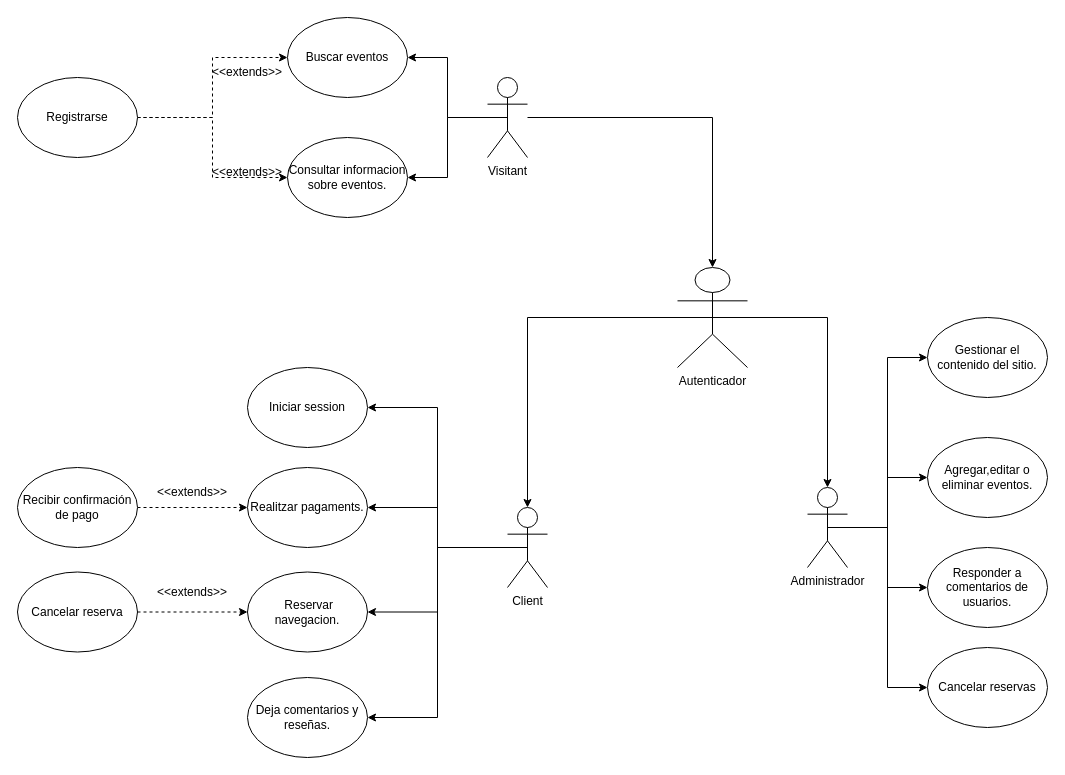
Earlier version of the draw.io diagram Diagramas/Casos_XaJo.drawio (joam6/Sailing_XaJo). Source tidied: cells renumbered, new cells numbered last; positions are measured from the earlier drawing's top-left corner, leaving out a move shared by most shapes. Both pictures are drawn from the tidied source at 100%, with x=0, y=0 at pixel (17, 17).
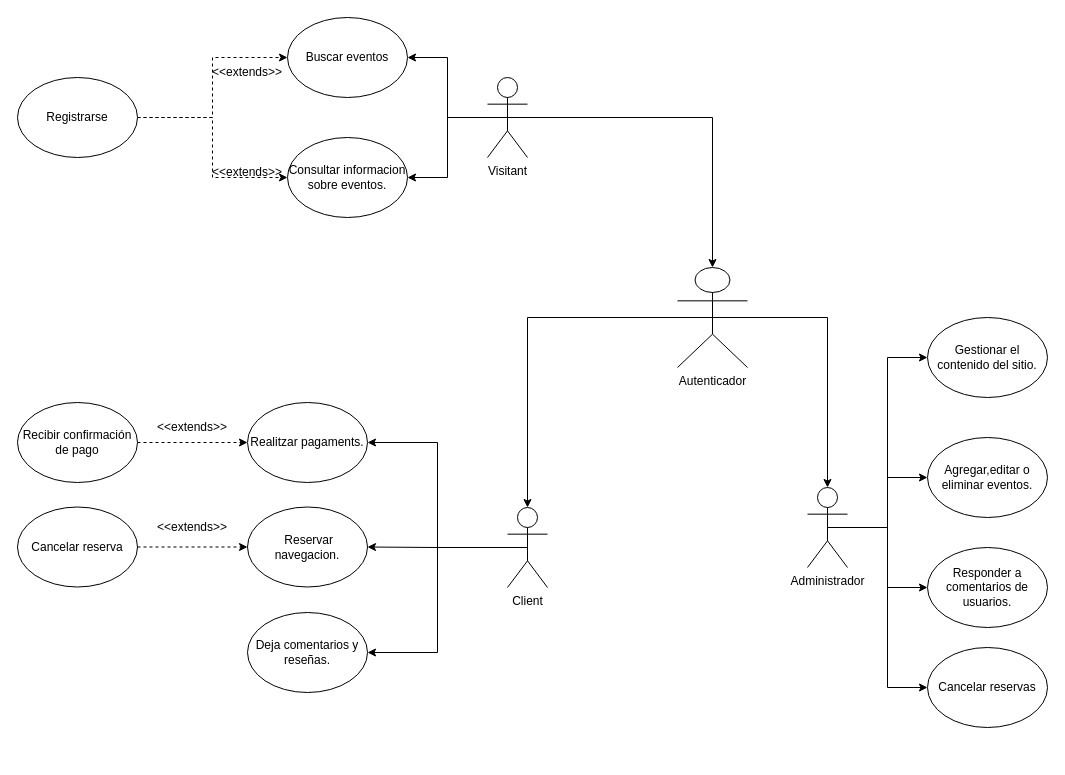
The same diagram, later.

The change refers to these unchanged cells:
```xml
<mxCell id="11" value="Client" style="shape=umlActor;verticalLabelPosition=bottom;verticalAlign=top;html=1;outlineConnect=0;" parent="1" vertex="1">
  <mxGeometry x="490" y="490" width="40" height="80" as="geometry" />
</mxCell>
<mxCell id="14" value="Visitant" style="shape=umlActor;verticalLabelPosition=bottom;verticalAlign=top;html=1;outlineConnect=0;" parent="1" vertex="1">
  <mxGeometry x="470" y="60" width="40" height="80" as="geometry" />
</mxCell>
<mxCell id="36" value="Autenticador" style="shape=umlActor;verticalLabelPosition=bottom;verticalAlign=top;html=1;outlineConnect=0;" parent="1" vertex="1">
  <mxGeometry x="660" y="250" width="70" height="100" as="geometry" />
</mxCell>
```

What changed in the source:
```diff
@@
-    <mxCell id="7" style="edgeStyle=orthogonalEdgeStyle;rounded=0;jettySize=auto;html=1;exitX=0.5;exitY=0.5;exitDx=0;exitDy=0;exitPerimeter=0;entryX=1;entryY=0.5;entryDx=0;entryDy=0;" parent="1" edge="1" source="11" target="17">
-      <mxGeometry relative="1" as="geometry" />
-    </mxCell>
@@
-    <mxCell id="17" value="Iniciar session" style="ellipse;whiteSpace=wrap;html=1;" parent="1" vertex="1">
-      <mxGeometry x="230" y="350" width="120" height="80" as="geometry" />
-    </mxCell>
     <mxCell id="18" value="Realitzar pagaments." style="ellipse;whiteSpace=wrap;html=1;" parent="1" vertex="1">
-      <mxGeometry x="230" y="450" width="120" height="80" as="geometry" />
+      <mxGeometry x="230" y="385" width="120" height="80" as="geometry" />
     </mxCell>
@@
     <mxCell id="26" value="Recibir confirmación de pago" style="ellipse;whiteSpace=wrap;html=1;" parent="1" vertex="1">
-      <mxGeometry y="450" width="120" height="80" as="geometry" />
+      <mxGeometry y="385" width="120" height="80" as="geometry" />
     </mxCell>
     <mxCell id="27" value="Deja comentarios y reseñas." style="ellipse;whiteSpace=wrap;html=1;" parent="1" vertex="1">
-      <mxGeometry x="230" y="660" width="120" height="80" as="geometry" />
+      <mxGeometry x="230" y="595" width="120" height="80" as="geometry" />
     </mxCell>
@@
     <mxCell id="29" value="&amp;lt;&amp;lt;extends&amp;gt;&amp;gt;" style="text;html=1;align=center;verticalAlign=middle;whiteSpace=wrap;rounded=0;" parent="1" vertex="1">
-      <mxGeometry x="145" y="460" width="60" height="30" as="geometry" />
+      <mxGeometry x="145" y="395" width="60" height="30" as="geometry" />
     </mxCell>
     <mxCell id="30" value="&amp;nbsp;Reservar navegacion." style="ellipse;whiteSpace=wrap;html=1;" parent="1" vertex="1">
-      <mxGeometry x="230" y="554.5" width="120" height="80" as="geometry" />
+      <mxGeometry x="230" y="489.5" width="120" height="80" as="geometry" />
     </mxCell>
@@
     <mxCell id="32" value="Cancelar reserva" style="ellipse;whiteSpace=wrap;html=1;" parent="1" vertex="1">
-      <mxGeometry y="554.5" width="120" height="80" as="geometry" />
+      <mxGeometry y="489.5" width="120" height="80" as="geometry" />
     </mxCell>
     <mxCell id="33" value="&amp;lt;&amp;lt;extends&amp;gt;&amp;gt;" style="text;html=1;align=center;verticalAlign=middle;whiteSpace=wrap;rounded=0;" parent="1" vertex="1">
-      <mxGeometry x="145" y="560" width="60" height="30" as="geometry" />
+      <mxGeometry x="145" y="495" width="60" height="30" as="geometry" />
     </mxCell>
@@
-    <mxCell id="37" style="edgeStyle=orthogonalEdgeStyle;rounded=0;jettySize=auto;html=1;entryX=0.5;entryY=0;entryDx=0;entryDy=0;entryPerimeter=0;" parent="1" edge="1" source="14" target="36">
+    <mxCell id="37" style="edgeStyle=orthogonalEdgeStyle;rounded=0;jettySize=auto;html=1;entryX=0.5;entryY=0;entryDx=0;entryDy=0;entryPerimeter=0;exitX=0.5;exitY=0.5;exitDx=0;exitDy=0;exitPerimeter=0;" parent="1" edge="1" source="14" target="36">
       <mxGeometry relative="1" as="geometry" />
     </mxCell>
```
